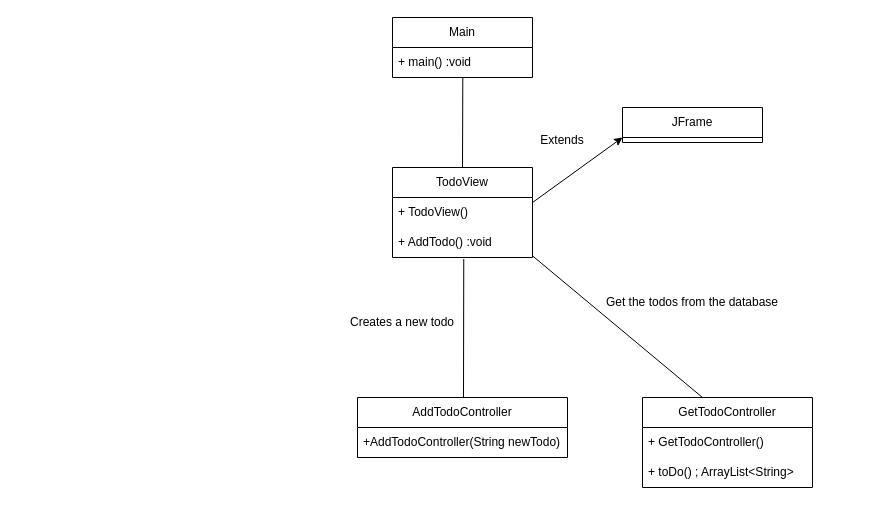
This is Class Diagram.drawio from Rick-VA/JavaDoit, a draw.io file, before an edit. Source tidied: cells renumbered, new cells numbered last; positions are measured from the earlier drawing's top-left corner, leaving out a move shared by most shapes. Both pictures are drawn from the tidied source at 100%, with x=0, y=0 at pixel (337, 17).
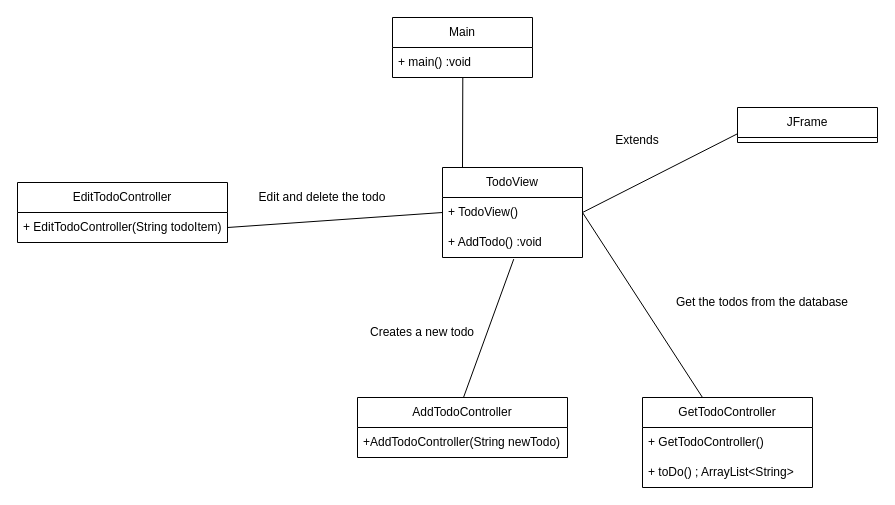
Above is the later version.

Commit message (it also covers changes not shown here):
added a todoitem and changed items to a jpanel

Unchanged cells that the change refers to:
```xml
<mxCell id="6" value="+ TodoView()" style="text;strokeColor=none;fillColor=none;align=left;verticalAlign=middle;spacingLeft=4;spacingRight=4;overflow=hidden;points=[[0,0.5],[1,0.5]];portConstraint=eastwest;whiteSpace=wrap;html=1;" parent="5" vertex="1">
  <mxGeometry y="30" width="140" height="30" as="geometry" />
</mxCell>
<mxCell id="7" value="+ AddTodo() :void" style="text;strokeColor=none;fillColor=none;align=left;verticalAlign=middle;spacingLeft=4;spacingRight=4;overflow=hidden;points=[[0,0.5],[1,0.5]];portConstraint=eastwest;whiteSpace=wrap;html=1;" parent="5" vertex="1">
  <mxGeometry y="60" width="140" height="30" as="geometry" />
</mxCell>
```

Diff of the diagram source:
```diff
@@
     <mxCell id="5" value="TodoView" style="swimlane;fontStyle=0;horizontal=1;startSize=30;whiteSpace=wrap;html=1;" parent="1" vertex="1">
-      <mxGeometry x="55" y="150" width="140" height="90" as="geometry" />
+      <mxGeometry x="105" y="150" width="140" height="90" as="geometry" />
     </mxCell>
@@
     <mxCell id="8" value="Extends" style="text;html=1;strokeColor=none;fillColor=none;align=center;verticalAlign=middle;whiteSpace=wrap;rounded=0;" parent="1" vertex="1">
-      <mxGeometry x="195" y="110" width="60" height="25" as="geometry" />
+      <mxGeometry x="270" y="110" width="60" height="25" as="geometry" />
     </mxCell>
-    <mxCell id="9" style="endArrow=classic;html=1;rounded=0;" parent="1" edge="1">
-      <mxGeometry relative="1" as="geometry">
-        <mxPoint x="195" y="185" as="sourcePoint" />
-        <mxPoint x="285" y="120" as="targetPoint" />
-      </mxGeometry>
-    </mxCell>
     <mxCell id="10" value="JFrame" style="swimlane;fontStyle=0;horizontal=1;startSize=30;whiteSpace=wrap;html=1;" parent="1" vertex="1">
-      <mxGeometry x="285" y="90" width="140" height="35" as="geometry" />
+      <mxGeometry x="400" y="90" width="140" height="35" as="geometry" />
     </mxCell>
@@
     <mxCell id="14" value="Creates a new todo" style="text;html=1;strokeColor=none;fillColor=none;align=center;verticalAlign=middle;whiteSpace=wrap;rounded=0;" parent="1" vertex="1">
-      <mxGeometry y="290" width="130" height="30" as="geometry" />
+      <mxGeometry x="20" y="300" width="130" height="30" as="geometry" />
     </mxCell>
-    <mxCell id="15" style="endArrow=none;html=1;rounded=0;entryX=1;entryY=0.945;entryDx=0;entryDy=0;entryPerimeter=0;" parent="1" edge="1" target="7">
+    <mxCell id="15" style="endArrow=none;html=1;rounded=0;entryX=1;entryY=0.5;entryDx=0;entryDy=0;" parent="1" edge="1" target="6">
       <mxGeometry relative="1" as="geometry">
         <mxPoint x="365" y="380" as="sourcePoint" />
       </mxGeometry>
     </mxCell>
@@
     <mxCell id="19" value="Get the todos from the database" style="text;html=1;strokeColor=none;fillColor=none;align=center;verticalAlign=middle;whiteSpace=wrap;rounded=0;" parent="1" vertex="1">
-      <mxGeometry x="260" y="270" width="190" height="30" as="geometry" />
+      <mxGeometry x="330" y="270" width="190" height="30" as="geometry" />
     </mxCell>
+    <mxCell id="20" value="EditTodoController" style="swimlane;fontStyle=0;horizontal=1;startSize=30;whiteSpace=wrap;html=1;" parent="1" vertex="1">
+      <mxGeometry x="-320" y="165" width="210" height="60" as="geometry" />
+    </mxCell>
+    <mxCell id="21" value="+ EditTodoController(String todoItem)" style="text;strokeColor=none;fillColor=none;align=left;verticalAlign=middle;spacingLeft=4;spacingRight=4;overflow=hidden;points=[[0,0.5],[1,0.5]];portConstraint=eastwest;whiteSpace=wrap;html=1;" parent="20" vertex="1">
+      <mxGeometry y="30" width="210" height="30" as="geometry" />
+    </mxCell>
+    <mxCell id="22" style="endArrow=none;html=1;rounded=0;exitX=1;exitY=0.5;exitDx=0;exitDy=0;entryX=0;entryY=0.5;entryDx=0;entryDy=0;" parent="1" edge="1" source="21" target="6">
+      <mxGeometry relative="1" as="geometry" />
+    </mxCell>
+    <mxCell id="23" style="endArrow=none;html=1;rounded=0;entryX=0;entryY=0.75;entryDx=0;entryDy=0;exitX=1;exitY=0.5;exitDx=0;exitDy=0;" parent="1" edge="1" source="6" target="10">
+      <mxGeometry relative="1" as="geometry" />
+    </mxCell>
+    <mxCell id="24" value="Edit and delete the todo" style="text;html=1;strokeColor=none;fillColor=none;align=center;verticalAlign=middle;whiteSpace=wrap;rounded=0;" parent="1" vertex="1">
+      <mxGeometry x="-85" y="165" width="140" height="30" as="geometry" />
+    </mxCell>
```
